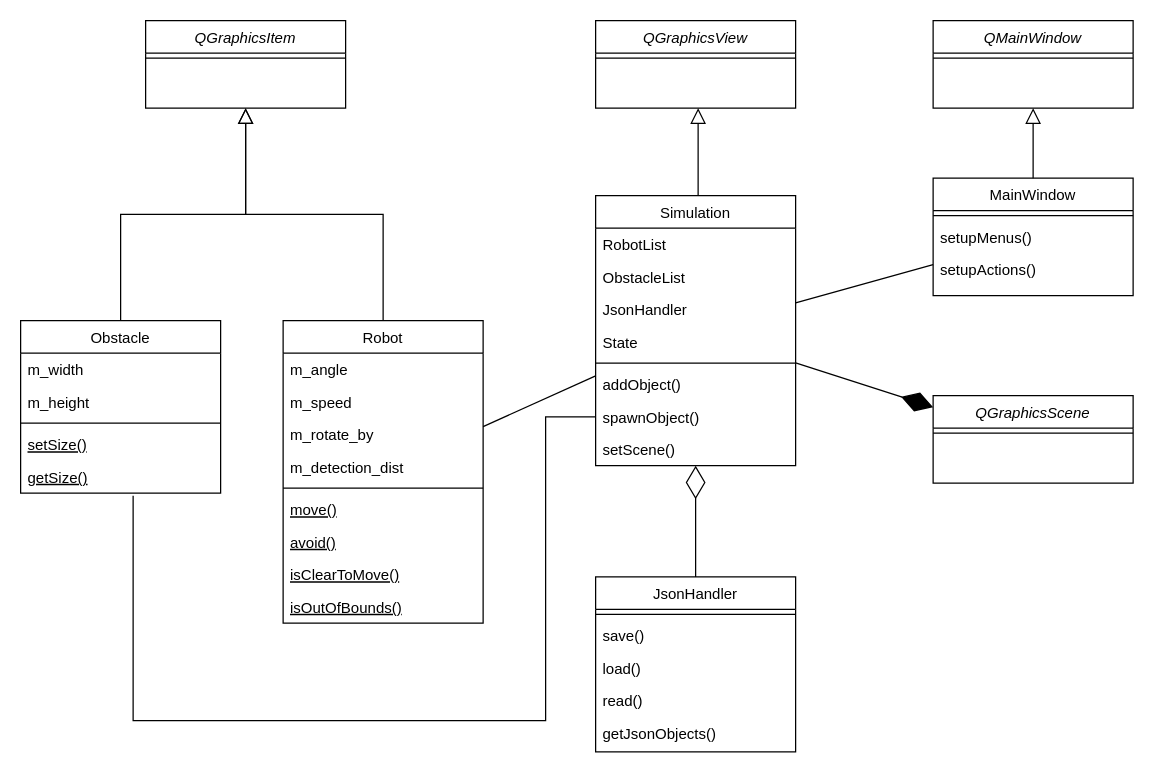
pomjak/robotCollisionDetection keeps this draw.io diagram as dia/class-dia.drawio. Above is the earlier version. Source tidied: cells renumbered, new cells numbered last; positions are measured from the earlier drawing's top-left corner, leaving out a move shared by most shapes. Both pictures are drawn from the tidied source at 125%, with x=0, y=0 at pixel (20, 20).
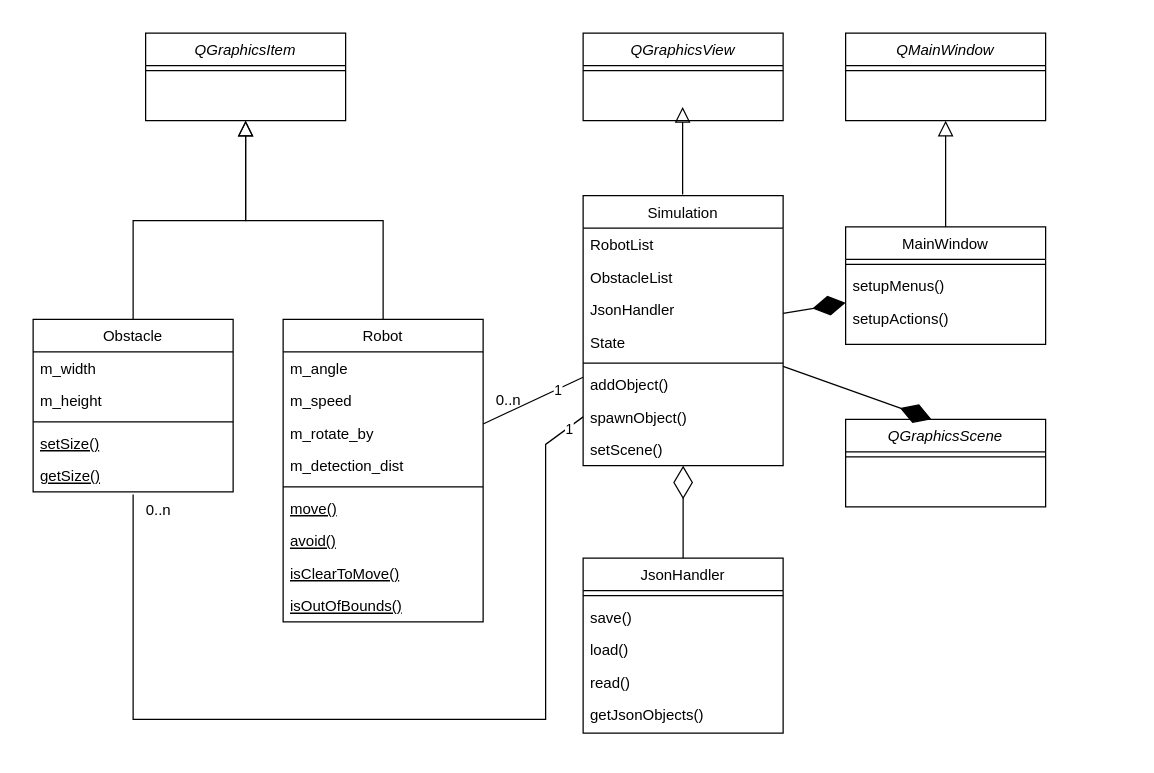
After the change.

Commit message (it also covers changes not shown here):
chore: added class sia v2

The change refers to these unchanged cells:
```xml
<mxCell id="29" value="spawnObject()" style="text;align=left;verticalAlign=top;spacingLeft=4;spacingRight=4;overflow=hidden;points=[[0,0.5],[1,0.5]];portConstraint=eastwest;" parent="22" vertex="1">
  <mxGeometry y="164" width="160" height="26" as="geometry" />
</mxCell>
<mxCell id="49" style="endArrow=none;html=1;rounded=0;" parent="1" edge="1" source="22" target="11">
  <mxGeometry relative="1" as="geometry" />
</mxCell>
```

Diff of the diagram source:
```diff
@@
     <mxCell id="2" value="QGraphicsItem" style="swimlane;fontStyle=2;align=center;verticalAlign=top;horizontal=1;startSize=26;rounded=0;shadow=0;strokeWidth=1;" parent="1" vertex="1">
-      <mxGeometry x="100" width="160" height="70" as="geometry" />
+      <mxGeometry x="100" y="10" width="160" height="70" as="geometry" />
     </mxCell>
@@
     <mxCell id="4" value="Obstacle" style="swimlane;fontStyle=0;align=center;verticalAlign=top;horizontal=1;startSize=26;rounded=0;shadow=0;strokeWidth=1;" parent="1" vertex="1">
-      <mxGeometry y="240" width="160" height="138" as="geometry" />
+      <mxGeometry x="10" y="239" width="160" height="138" as="geometry" />
     </mxCell>
@@
     <mxCell id="11" value="Robot" style="swimlane;fontStyle=0;align=center;verticalAlign=top;horizontal=1;startSize=26;rounded=0;shadow=0;strokeWidth=1;" parent="1" vertex="1">
-      <mxGeometry x="210" y="240" width="160" height="242" as="geometry" />
+      <mxGeometry x="210" y="239" width="160" height="242" as="geometry" />
     </mxCell>
@@
     <mxCell id="22" value="Simulation" style="swimlane;fontStyle=0;align=center;verticalAlign=top;horizontal=1;startSize=26;rounded=0;shadow=0;strokeWidth=1;" parent="1" vertex="1">
-      <mxGeometry x="460" y="140" width="160" height="216" as="geometry" />
+      <mxGeometry x="450" y="140" width="160" height="216" as="geometry" />
     </mxCell>
@@
     <mxCell id="31" value="QGraphicsView" style="swimlane;fontStyle=2;align=center;verticalAlign=top;horizontal=1;startSize=26;rounded=0;shadow=0;strokeWidth=1;" parent="1" vertex="1">
-      <mxGeometry x="460" width="160" height="70" as="geometry" />
+      <mxGeometry x="450" y="10" width="160" height="70" as="geometry" />
     </mxCell>
@@
     <mxCell id="33" style="endArrow=block;endSize=10;endFill=0;shadow=0;strokeWidth=1;rounded=0;curved=0;edgeStyle=elbowEdgeStyle;elbow=vertical;" parent="1" edge="1">
       <mxGeometry relative="1" as="geometry">
-        <mxPoint x="542" y="140" as="sourcePoint" />
-        <mxPoint x="542" y="70" as="targetPoint" />
+        <mxPoint x="529.6" y="139" as="sourcePoint" />
+        <mxPoint x="529.6" y="69" as="targetPoint" />
       </mxGeometry>
     </mxCell>
     <mxCell id="34" value="QGraphicsScene" style="swimlane;fontStyle=2;align=center;verticalAlign=top;horizontal=1;startSize=26;rounded=0;shadow=0;strokeWidth=1;" parent="1" vertex="1">
-      <mxGeometry x="730" y="300" width="160" height="70" as="geometry" />
+      <mxGeometry x="660" y="319" width="160" height="70" as="geometry" />
     </mxCell>
@@
     <mxCell id="36" value="JsonHandler" style="swimlane;fontStyle=0;align=center;verticalAlign=top;horizontal=1;startSize=26;rounded=0;shadow=0;strokeWidth=1;" parent="1" vertex="1">
-      <mxGeometry x="460" y="445" width="160" height="140" as="geometry" />
+      <mxGeometry x="450" y="430" width="160" height="140" as="geometry" />
     </mxCell>
@@
     <mxCell id="42" value="QMainWindow" style="swimlane;fontStyle=2;align=center;verticalAlign=top;horizontal=1;startSize=26;rounded=0;shadow=0;strokeWidth=1;" parent="1" vertex="1">
-      <mxGeometry x="730" width="160" height="70" as="geometry" />
+      <mxGeometry x="660" y="10" width="160" height="70" as="geometry" />
     </mxCell>
@@
     <mxCell id="44" value="MainWindow" style="swimlane;fontStyle=0;align=center;verticalAlign=top;horizontal=1;startSize=26;rounded=0;shadow=0;strokeWidth=1;" parent="1" vertex="1">
-      <mxGeometry x="730" y="126" width="160" height="94" as="geometry" />
+      <mxGeometry x="660" y="165" width="160" height="94" as="geometry" />
     </mxCell>
@@
+    <mxCell id="54" value="1" style="edgeLabel;html=1;align=center;verticalAlign=middle;" parent="49" vertex="1">
+      <mxGeometry x="-0.47" relative="1" as="geometry" />
+    </mxCell>
-    <mxCell id="50" style="endArrow=diamondThin;endFill=1;endSize=24;html=1;rounded=0;" parent="1" edge="1" source="22" target="34">
+    <mxCell id="50" style="endArrow=diamondThin;endFill=1;endSize=24;html=1;rounded=0;entryX=0.43;entryY=0;entryDx=0;entryDy=0;entryPerimeter=0;" parent="1" edge="1" source="22" target="34">
       <mxGeometry relative="1" as="geometry" />
     </mxCell>
@@
     <mxCell id="52" style="endArrow=none;html=1;rounded=0;exitX=0;exitY=0.5;exitDx=0;exitDy=0;" parent="1" edge="1" source="29">
       <mxGeometry relative="1" as="geometry">
-        <mxPoint x="90" y="380" as="targetPoint" />
+        <mxPoint x="90" y="379" as="targetPoint" />
         <Array as="points">
-          <mxPoint x="420" y="317" />
-          <mxPoint x="420" y="560" />
-          <mxPoint x="90" y="560" />
+          <mxPoint x="420" y="339" />
+          <mxPoint x="420" y="559" />
+          <mxPoint x="90" y="559" />
         </Array>
       </mxGeometry>
     </mxCell>
+    <mxCell id="55" value="1" style="edgeLabel;html=1;align=center;verticalAlign=middle;" parent="52" vertex="1">
+      <mxGeometry x="-0.96" y="1" relative="1" as="geometry" />
+    </mxCell>
-    <mxCell id="53" style="endArrow=none;html=1;rounded=0;" parent="1" edge="1" source="22" target="44">
+    <mxCell id="53" style="endArrow=diamondThin;endFill=1;endSize=24;html=1;rounded=0;" parent="1" edge="1" source="22" target="44">
       <mxGeometry relative="1" as="geometry" />
     </mxCell>
+    <mxCell id="56" value="0..n" style="text;html=1;align=center;verticalAlign=middle;strokeColor=none;fillColor=none;" parent="1" vertex="1">
+      <mxGeometry x="90" y="377" width="40" height="30" as="geometry" />
+    </mxCell>
+    <mxCell id="57" value="0..n" style="text;html=1;align=center;verticalAlign=middle;strokeColor=none;fillColor=none;" parent="1" vertex="1">
+      <mxGeometry x="370" y="289" width="40" height="30" as="geometry" />
+    </mxCell>
```
